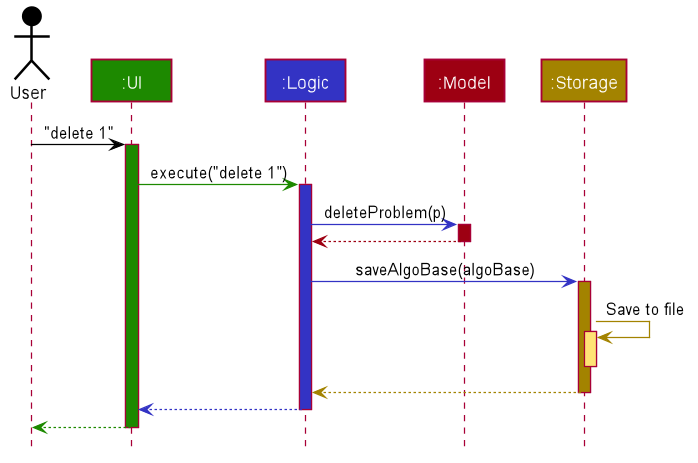
nus-cs2103-AY1920S1/addressbook-level3 keeps this PlantUML diagram as docs/images/ArchitectureSequenceDiagram.png. Above is the earlier version.
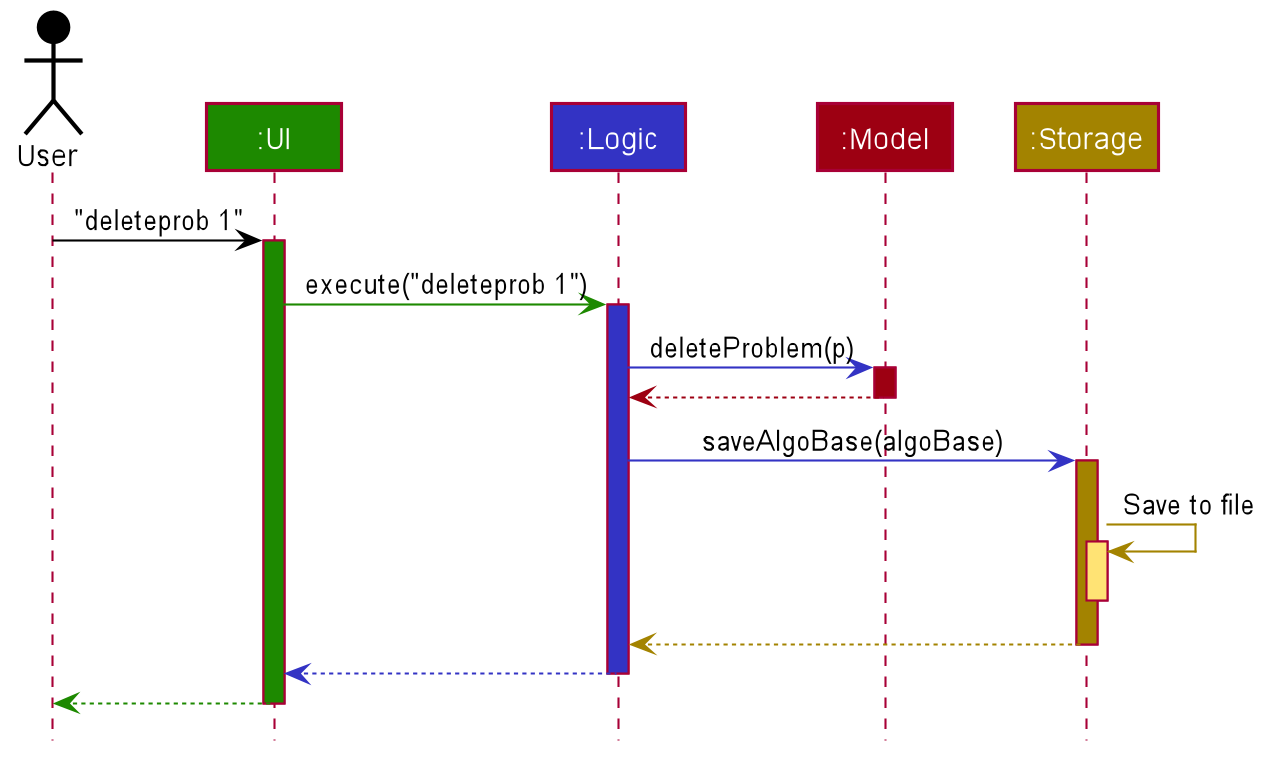
Above is the later version.

The edit, as a diff of the source:
```diff
@@ -1,4 +1,5 @@
 @startuml
+
 
 
 
@@ -54,10 +55,10 @@
 Participant ":Model" as model #9D0012
 Participant ":Storage" as storage #A38300
 
-user -[#000000]> ui : "delete 1"
+user -[#000000]> ui : "deleteprob 1"
 activate ui #1D8900
 
-ui -[#1D8900]> logic : execute("delete 1")
+ui -[#1D8900]> logic : execute("deleteprob 1")
 activate logic #3333C4
 
 logic -[#3333C4]> model : deleteProblem(p)
```
